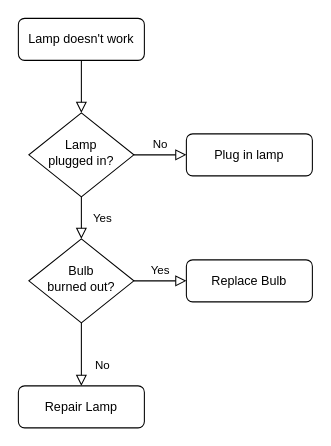
The draw.io diagram PIBasicDiagram.drawio in juanRpy/PI, before the edit. Source tidied: cells renumbered, new cells numbered last; positions are measured from the earlier drawing's top-left corner, leaving out a move shared by most shapes. Both pictures are drawn from the tidied source at 105%, with x=0, y=0 at pixel (18, 18).
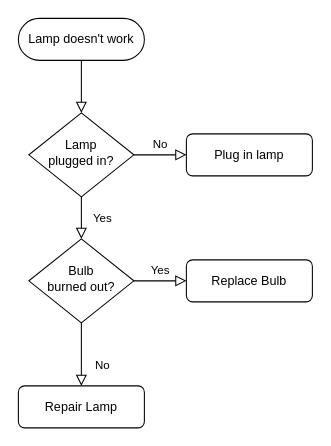
After the change.

What changed in the source:
```diff
@@
 <mxGraphModel>
   <root>
     <mxCell id="0" />
     <mxCell id="1" parent="0" />
     <mxCell id="2" style="rounded=0;html=1;jettySize=auto;fontSize=11;endArrow=block;endFill=0;endSize=8;strokeWidth=1;shadow=0;labelBackgroundColor=none;edgeStyle=orthogonalEdgeStyle;" parent="1" edge="1" source="3" target="6">
       <mxGeometry relative="1" as="geometry" />
     </mxCell>
-    <mxCell id="3" value="Lamp doesn't work" style="rounded=1;whiteSpace=wrap;html=1;fontSize=12;glass=0;strokeWidth=1;shadow=0;" parent="1" vertex="1">
+    <mxCell id="3" value="Lamp doesn't work" style="rounded=1;whiteSpace=wrap;html=1;fontSize=12;glass=0;strokeWidth=1;shadow=0;arcSize=50;" parent="1" vertex="1">
       <mxGeometry width="120" height="40" as="geometry" />
     </mxCell>
     <mxCell id="4" value="Yes" style="rounded=0;html=1;jettySize=auto;fontSize=11;endArrow=block;endFill=0;endSize=8;strokeWidth=1;shadow=0;labelBackgroundColor=none;edgeStyle=orthogonalEdgeStyle;" parent="1" edge="1" source="6" target="10">
       <mxGeometry y="20" relative="1" as="geometry" />
     </mxCell>
     <mxCell id="5" value="No" style="edgeStyle=orthogonalEdgeStyle;rounded=0;html=1;jettySize=auto;fontSize=11;endArrow=block;endFill=0;endSize=8;strokeWidth=1;shadow=0;labelBackgroundColor=none;" parent="1" edge="1" source="6" target="7">
       <mxGeometry y="10" relative="1" as="geometry" />
     </mxCell>
     <mxCell id="6" value="Lamp&lt;br&gt;plugged in?" style="rhombus;whiteSpace=wrap;html=1;shadow=0;fontFamily=Helvetica;fontSize=12;align=center;strokeWidth=1;spacing=6;spacingTop=-4;" parent="1" vertex="1">
       <mxGeometry x="10" y="90" width="100" height="80" as="geometry" />
     </mxCell>
     <mxCell id="7" value="Plug in lamp" style="rounded=1;whiteSpace=wrap;html=1;fontSize=12;glass=0;strokeWidth=1;shadow=0;" parent="1" vertex="1">
       <mxGeometry x="160" y="110" width="120" height="40" as="geometry" />
     </mxCell>
     <mxCell id="8" value="No" style="rounded=0;html=1;jettySize=auto;fontSize=11;endArrow=block;endFill=0;endSize=8;strokeWidth=1;shadow=0;labelBackgroundColor=none;edgeStyle=orthogonalEdgeStyle;" parent="1" edge="1" source="10" target="11">
       <mxGeometry x="0.33" y="20" relative="1" as="geometry" />
     </mxCell>
     <mxCell id="9" value="Yes" style="edgeStyle=orthogonalEdgeStyle;rounded=0;html=1;jettySize=auto;fontSize=11;endArrow=block;endFill=0;endSize=8;strokeWidth=1;shadow=0;labelBackgroundColor=none;" parent="1" edge="1" source="10" target="12">
       <mxGeometry y="10" relative="1" as="geometry" />
     </mxCell>
     <mxCell id="10" value="Bulb&lt;br&gt;burned out?" style="rhombus;whiteSpace=wrap;html=1;shadow=0;fontFamily=Helvetica;fontSize=12;align=center;strokeWidth=1;spacing=6;spacingTop=-4;" parent="1" vertex="1">
       <mxGeometry x="10" y="210" width="100" height="80" as="geometry" />
     </mxCell>
     <mxCell id="11" value="Repair Lamp" style="rounded=1;whiteSpace=wrap;html=1;fontSize=12;glass=0;strokeWidth=1;shadow=0;" parent="1" vertex="1">
       <mxGeometry y="350" width="120" height="40" as="geometry" />
     </mxCell>
     <mxCell id="12" value="Replace Bulb" style="rounded=1;whiteSpace=wrap;html=1;fontSize=12;glass=0;strokeWidth=1;shadow=0;" parent="1" vertex="1">
       <mxGeometry x="160" y="230" width="120" height="40" as="geometry" />
     </mxCell>
   </root>
 </mxGraphModel>
```
